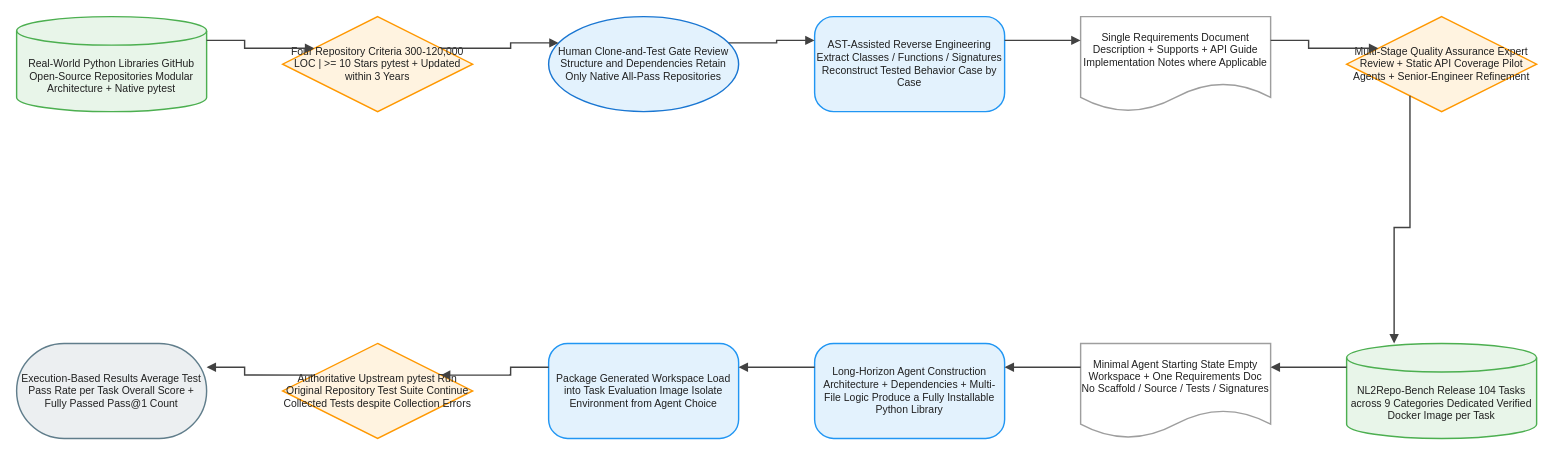
Before: client/public/drawio/NL2Repo-Bench/NL2Repo-Bench.en.drawio in joe1chief/benchmark-hub, a draw.io diagram. Source tidied: cells renumbered, new cells numbered last; positions are measured from the earlier drawing's top-left corner, leaving out a move shared by most shapes. Both pictures are drawn from the tidied source at 95%, with x=0, y=0 at pixel (16, 16).
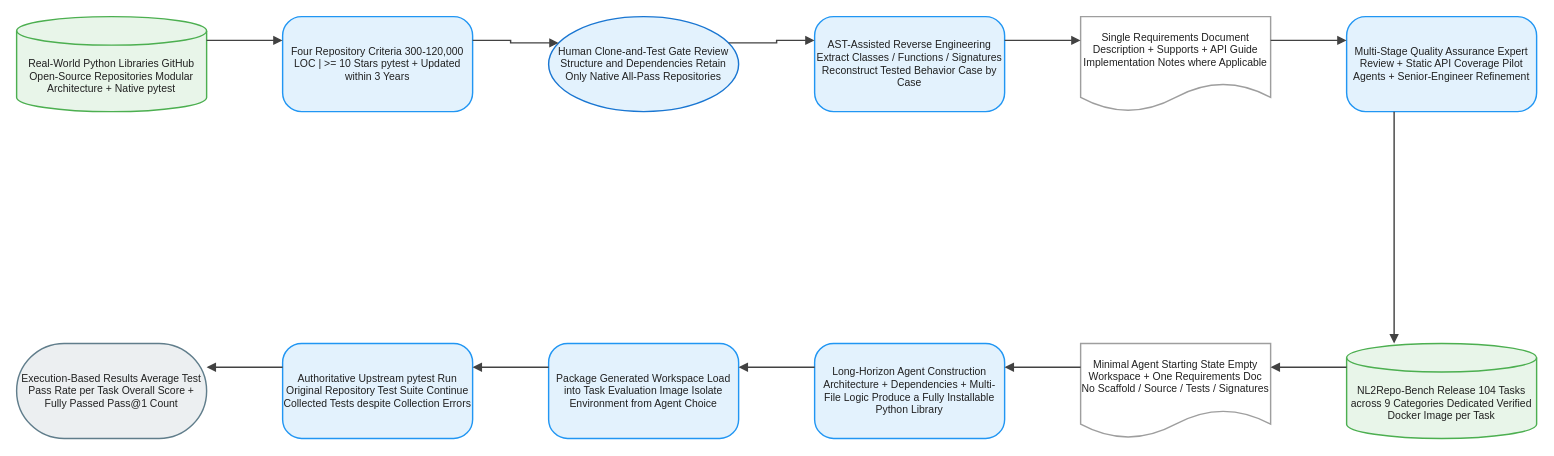
After the change.

The edit, as a diff of the source:
```diff
@@
-    <mxCell id="3" value="Four Repository Criteria 300-120,000 LOC | &gt;= 10 Stars pytest + Updated within 3 Years" style="rhombus;html=1;whiteSpace=wrap;fillColor=#FFF3E0;strokeColor=#FF9800;strokeWidth=1.5;fontColor=#212121;fontSize=11;fontFamily=Arial, Helvetica, sans-serif;verticalAlign=middle;align=center;" parent="1" vertex="1">
+    <mxCell id="3" value="Four Repository Criteria 300-120,000 LOC | &gt;= 10 Stars pytest + Updated within 3 Years" style="rounded=1;arcSize=20;html=1;whiteSpace=wrap;fillColor=#E3F2FD;strokeColor=#2196F3;strokeWidth=1.5;fontColor=#212121;fontSize=11;fontFamily=Arial, Helvetica, sans-serif;verticalAlign=middle;align=center;" parent="1" vertex="1">
       <mxGeometry x="280" width="200" height="100" as="geometry" />
     </mxCell>
@@
-    <mxCell id="7" value="Multi-Stage Quality Assurance Expert Review + Static API Coverage Pilot Agents + Senior-Engineer Refinement" style="rhombus;html=1;whiteSpace=wrap;fillColor=#FFF3E0;strokeColor=#FF9800;strokeWidth=1.5;fontColor=#212121;fontSize=11;fontFamily=Arial, Helvetica, sans-serif;verticalAlign=middle;align=center;" parent="1" vertex="1">
+    <mxCell id="7" value="Multi-Stage Quality Assurance Expert Review + Static API Coverage Pilot Agents + Senior-Engineer Refinement" style="rounded=1;arcSize=20;html=1;whiteSpace=wrap;fillColor=#E3F2FD;strokeColor=#2196F3;strokeWidth=1.5;fontColor=#212121;fontSize=11;fontFamily=Arial, Helvetica, sans-serif;verticalAlign=middle;align=center;" parent="1" vertex="1">
       <mxGeometry x="1400" width="200" height="100" as="geometry" />
     </mxCell>
@@
-    <mxCell id="12" value="Authoritative Upstream pytest Run Original Repository Test Suite Continue Collected Tests despite Collection Errors" style="rhombus;html=1;whiteSpace=wrap;fillColor=#FFF3E0;strokeColor=#FF9800;strokeWidth=1.5;fontColor=#212121;fontSize=11;fontFamily=Arial, Helvetica, sans-serif;verticalAlign=middle;align=center;" parent="1" vertex="1">
+    <mxCell id="12" value="Authoritative Upstream pytest Run Original Repository Test Suite Continue Collected Tests despite Collection Errors" style="rounded=1;arcSize=20;html=1;whiteSpace=wrap;fillColor=#E3F2FD;strokeColor=#2196F3;strokeWidth=1.5;fontColor=#212121;fontSize=11;fontFamily=Arial, Helvetica, sans-serif;verticalAlign=middle;align=center;" parent="1" vertex="1">
       <mxGeometry x="280" y="344" width="200" height="100" as="geometry" />
     </mxCell>
```
